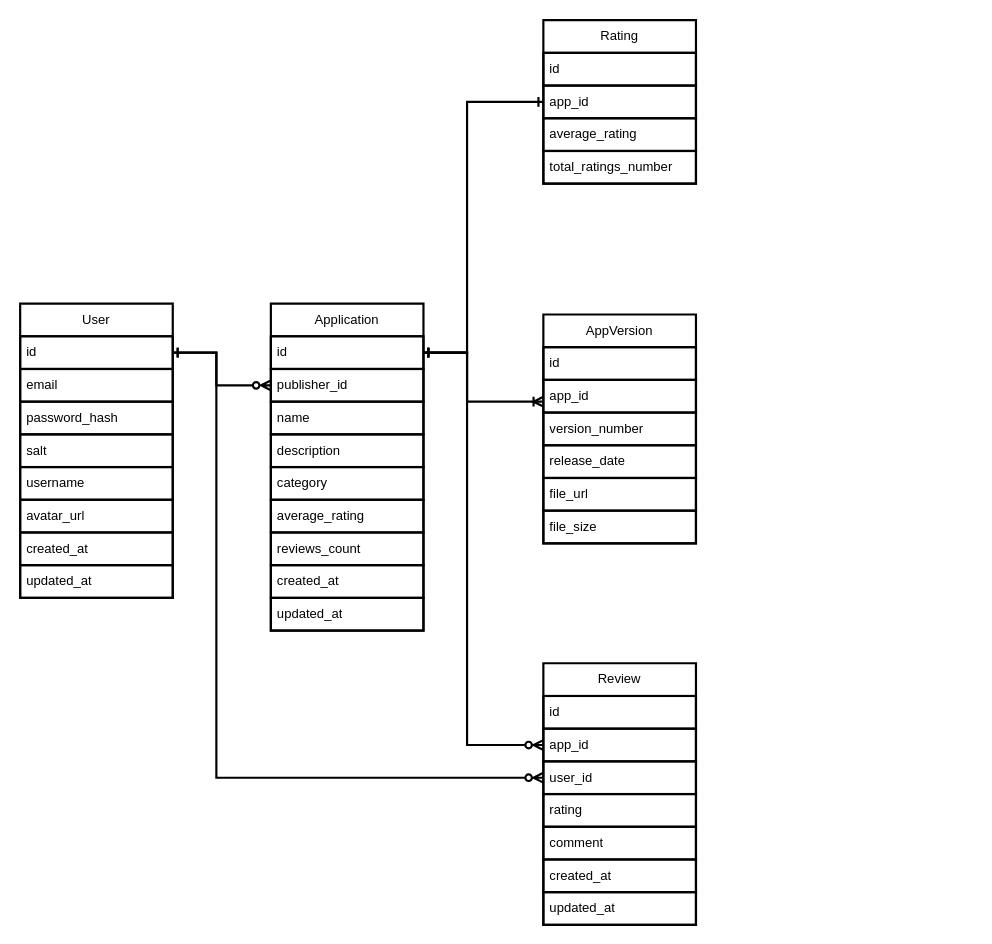
This is src/db.drawio from TheVovchenskiy/Highload_Google_Play, a draw.io file, before an edit. Source tidied: cells renumbered, new cells numbered last; positions are measured from the earlier drawing's top-left corner, leaving out a move shared by most shapes. Both pictures are drawn from the tidied source at 109%, with x=0, y=0 at pixel (20, 20).
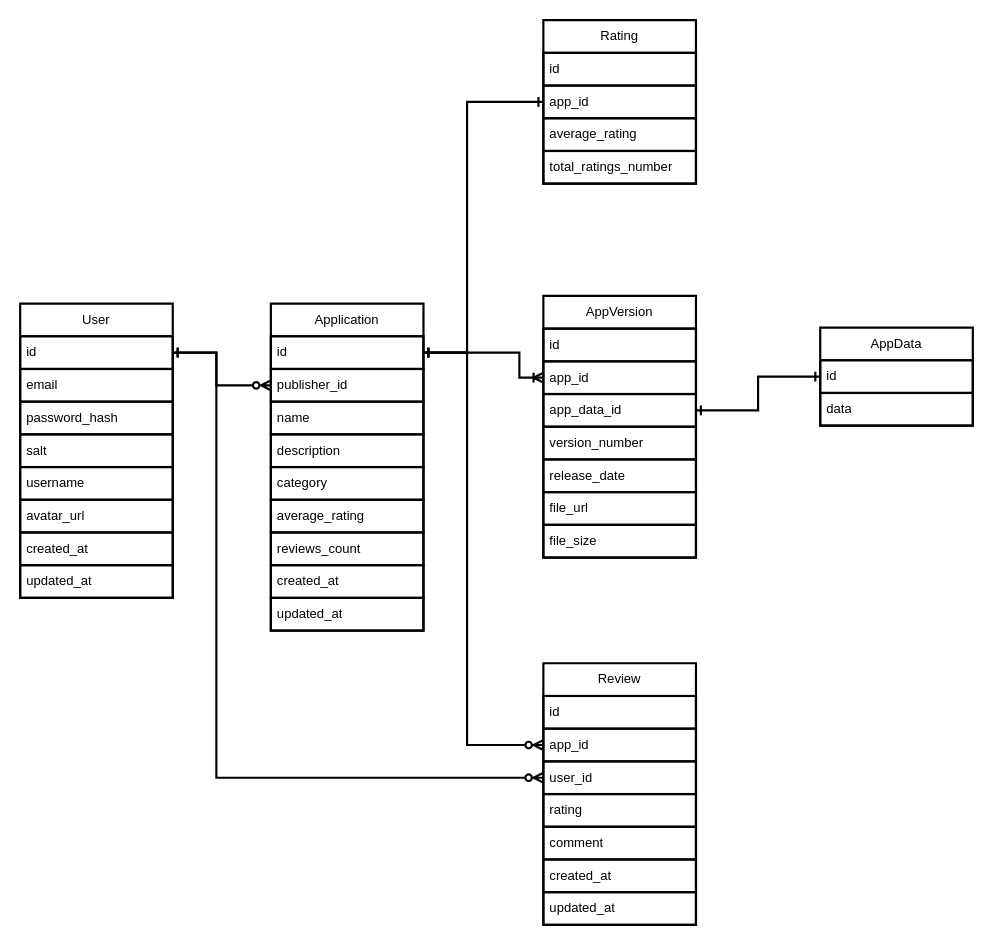
Above is the later version.

Commit message (it also covers changes not shown here):
обновить схемы

Unchanged cells that the change refers to:
```xml
<mxCell id="12" value="id" style="text;strokeColor=#000000;fillColor=none;align=left;verticalAlign=middle;spacingLeft=4;spacingRight=4;overflow=hidden;points=[[0,0.5],[1,0.5]];portConstraint=eastwest;whiteSpace=wrap;html=1;rounded=0;fontColor=#000000;strokeWidth=2;swimlaneLine=1;" parent="11" vertex="1">
  <mxGeometry y="30" width="140" height="30" as="geometry" />
</mxCell>
<mxCell id="23" value="app_id" style="text;strokeColor=#000000;fillColor=none;align=left;verticalAlign=middle;spacingLeft=4;spacingRight=4;overflow=hidden;points=[[0,0.5],[1,0.5]];portConstraint=eastwest;whiteSpace=wrap;html=1;rounded=0;fontColor=#000000;strokeWidth=2;swimlaneLine=1;" parent="21" vertex="1">
  <mxGeometry y="60" width="140" height="30" as="geometry" />
</mxCell>
```

Diff of the diagram source:
```diff
@@
     <mxCell id="21" value="AppVersion" style="swimlane;fontStyle=0;horizontal=1;startSize=30;whiteSpace=wrap;html=1;rounded=0;gradientColor=none;swimlaneFillColor=none;strokeColor=#000000;fontColor=#000000;labelBackgroundColor=none;labelBorderColor=none;strokeWidth=2;swimlaneLine=1;" parent="1" vertex="1">
-      <mxGeometry x="480" y="270" width="140" height="210" as="geometry" />
+      <mxGeometry x="480" y="253" width="140" height="240" as="geometry" />
     </mxCell>
@@
+    <mxCell id="46" value="app_data_id" style="text;strokeColor=#000000;fillColor=none;align=left;verticalAlign=middle;spacingLeft=4;spacingRight=4;overflow=hidden;points=[[0,0.5],[1,0.5]];portConstraint=eastwest;whiteSpace=wrap;html=1;rounded=0;fontColor=#000000;strokeWidth=2;swimlaneLine=1;" parent="21" vertex="1">
+      <mxGeometry y="90" width="140" height="30" as="geometry" />
+    </mxCell>
     <mxCell id="24" value="version_number" style="text;strokeColor=#000000;fillColor=none;align=left;verticalAlign=middle;spacingLeft=4;spacingRight=4;overflow=hidden;whiteSpace=wrap;html=1;rounded=0;fontColor=#000000;strokeWidth=2;swimlaneLine=1;" parent="21" vertex="1">
-      <mxGeometry y="90" width="140" height="30" as="geometry" />
+      <mxGeometry y="120" width="140" height="30" as="geometry" />
     </mxCell>
     <mxCell id="25" value="release_date" style="text;strokeColor=#000000;fillColor=none;align=left;verticalAlign=middle;spacingLeft=4;spacingRight=4;overflow=hidden;whiteSpace=wrap;html=1;rounded=0;fontColor=#000000;strokeWidth=2;swimlaneLine=1;" parent="21" vertex="1">
-      <mxGeometry y="120" width="140" height="30" as="geometry" />
+      <mxGeometry y="150" width="140" height="30" as="geometry" />
     </mxCell>
     <mxCell id="26" value="file_url" style="text;strokeColor=#000000;fillColor=none;align=left;verticalAlign=middle;spacingLeft=4;spacingRight=4;overflow=hidden;whiteSpace=wrap;html=1;rounded=0;fontColor=#000000;strokeWidth=2;swimlaneLine=1;" parent="21" vertex="1">
-      <mxGeometry y="150" width="140" height="30" as="geometry" />
+      <mxGeometry y="180" width="140" height="30" as="geometry" />
     </mxCell>
     <mxCell id="27" value="file_size" style="text;strokeColor=#000000;fillColor=none;align=left;verticalAlign=middle;spacingLeft=4;spacingRight=4;overflow=hidden;whiteSpace=wrap;html=1;rounded=0;fontColor=#000000;strokeWidth=2;swimlaneLine=1;" parent="21" vertex="1">
-      <mxGeometry y="180" width="140" height="30" as="geometry" />
+      <mxGeometry y="210" width="140" height="30" as="geometry" />
     </mxCell>
@@
     <mxCell id="29" style="edgeStyle=elbowEdgeStyle;html=1;entryX=1;entryY=0.5;entryDx=0;entryDy=0;rounded=0;fontColor=#000000;strokeWidth=2;strokeColor=#000000;swimlaneLine=1;endArrow=ERone;endFill=0;startArrow=ERoneToMany;startFill=0;" parent="1" edge="1" source="23" target="12">
       <mxGeometry relative="1" as="geometry">
         <Array as="points">
+          <mxPoint x="458" y="328" />
+          <mxPoint x="443" y="334" />
           <mxPoint x="410" y="350" />
         </Array>
       </mxGeometry>
     </mxCell>
@@
+    <mxCell id="47" value="AppData" style="swimlane;fontStyle=0;horizontal=1;startSize=30;whiteSpace=wrap;html=1;rounded=0;strokeWidth=2;swimlaneLine=1;" parent="1" vertex="1">
+      <mxGeometry x="734" y="282" width="140" height="90" as="geometry" />
+    </mxCell>
+    <mxCell id="48" value="id" style="text;strokeColor=#000000;fillColor=none;align=left;verticalAlign=middle;spacingLeft=4;spacingRight=4;overflow=hidden;points=[[0,0.5],[1,0.5]];portConstraint=eastwest;whiteSpace=wrap;html=1;rounded=0;fontColor=#000000;strokeWidth=2;swimlaneLine=1;" parent="47" vertex="1">
+      <mxGeometry y="30" width="140" height="30" as="geometry" />
+    </mxCell>
+    <mxCell id="49" value="data" style="text;strokeColor=#000000;fillColor=none;align=left;verticalAlign=middle;spacingLeft=4;spacingRight=4;overflow=hidden;whiteSpace=wrap;html=1;rounded=0;fontColor=#000000;strokeWidth=2;swimlaneLine=1;" parent="47" vertex="1">
+      <mxGeometry y="60" width="140" height="30" as="geometry" />
+    </mxCell>
+    <mxCell id="50" style="edgeStyle=orthogonalEdgeStyle;html=1;rounded=0;strokeWidth=2;startArrow=ERone;startFill=0;endArrow=ERone;endFill=0;" parent="1" edge="1" source="46" target="48">
+      <mxGeometry relative="1" as="geometry" />
+    </mxCell>
```
